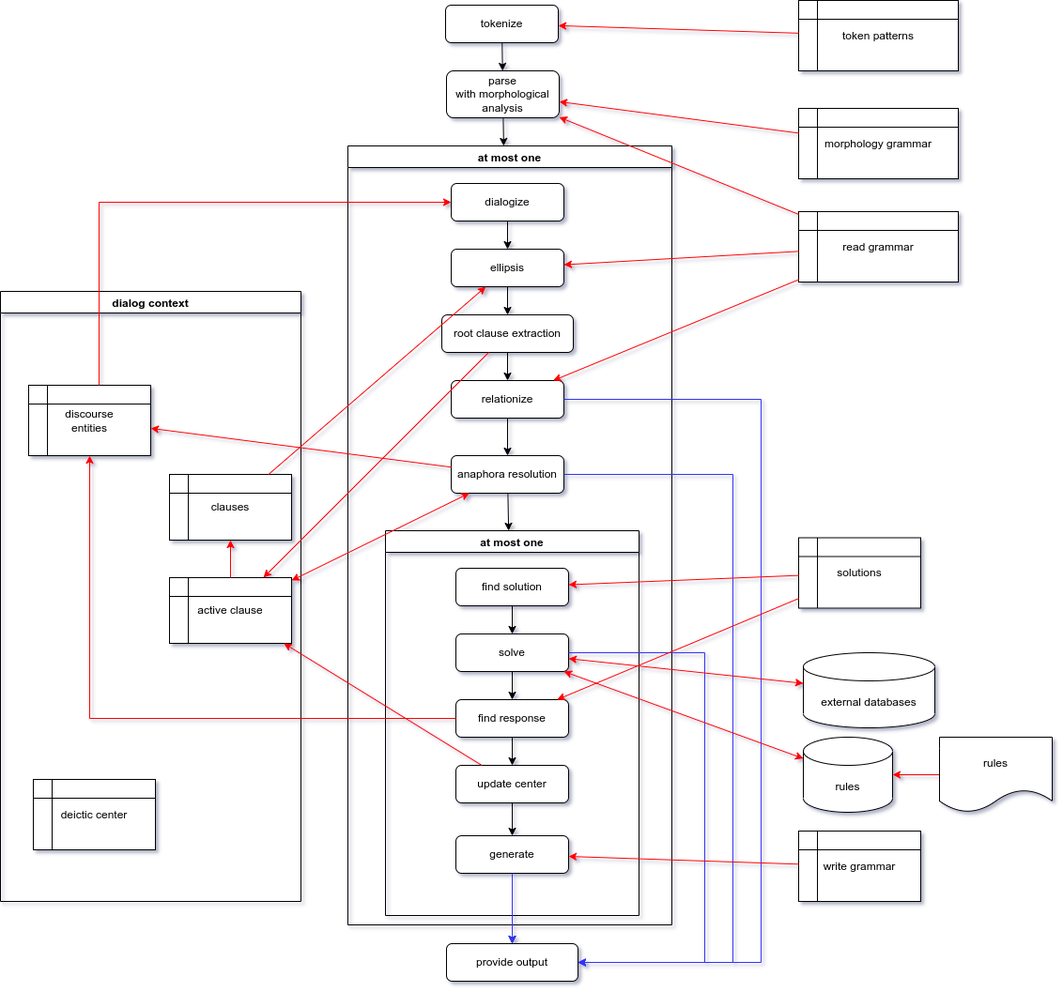
Before: doc/diagram/system1.drawio.png, a diagram exported from draw.io (garfix/nli-go). Source tidied: cells renumbered, new cells last; positions are measured from the earlier drawing's top-left corner, leaving out a move shared by most shapes.
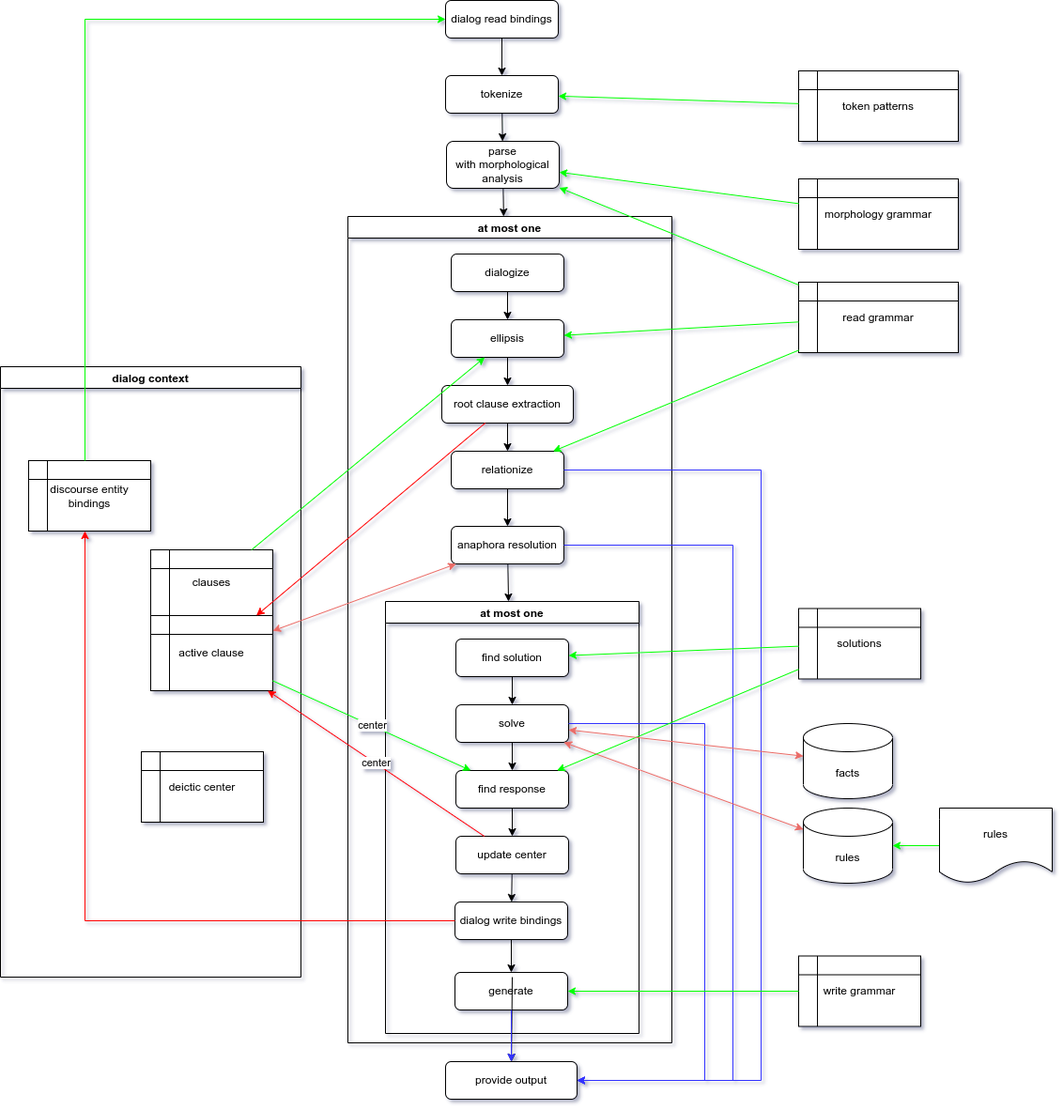
After the change.

What changed in the source:
```diff
@@ -12,7 +12,7 @@
       <mxGeometry relative="1" as="geometry" />
     </mxCell>
     <mxCell id="5" value="at most one" style="swimlane;" parent="1" vertex="1">
-      <mxGeometry x="370" y="155" width="345" height="830" as="geometry" />
+      <mxGeometry x="370" y="155" width="345" height="880" as="geometry" />
     </mxCell>
     <mxCell id="6" value="dialogize" style="rounded=1;whiteSpace=wrap;html=1;fontSize=12;glass=0;strokeWidth=1;shadow=0;" parent="5" vertex="1">
       <mxGeometry x="110" y="40" width="120" height="40" as="geometry" />
@@ -42,7 +42,7 @@
       <mxGeometry relative="1" as="geometry" />
     </mxCell>
     <mxCell id="15" value="at most one" style="swimlane;" parent="5" vertex="1">
-      <mxGeometry x="40" y="410" width="270" height="410" as="geometry" />
+      <mxGeometry x="40" y="410" width="270" height="460" as="geometry" />
     </mxCell>
     <mxCell id="16" value="find solution" style="rounded=1;whiteSpace=wrap;html=1;" parent="15" vertex="1">
       <mxGeometry x="75" y="40" width="120" height="40" as="geometry" />
@@ -57,12 +57,12 @@
       <mxGeometry x="75" y="180" width="120" height="40" as="geometry" />
     </mxCell>
     <mxCell id="20" value="generate" style="rounded=1;whiteSpace=wrap;html=1;" parent="15" vertex="1">
-      <mxGeometry x="75" y="325" width="120" height="40" as="geometry" />
+      <mxGeometry x="74" y="395" width="120" height="40" as="geometry" />
     </mxCell>
     <mxCell id="21" style="endArrow=classic;html=1;rounded=0;" parent="15" edge="1" source="17" target="19">
       <mxGeometry relative="1" as="geometry" />
     </mxCell>
-    <mxCell id="22" style="endArrow=classic;html=1;rounded=0;" parent="15" edge="1" source="23" target="20">
+    <mxCell id="22" style="endArrow=classic;html=1;rounded=0;" parent="15" edge="1" source="65" target="20">
       <mxGeometry relative="1" as="geometry" />
     </mxCell>
     <mxCell id="23" value="update center" style="rounded=1;whiteSpace=wrap;html=1;" parent="15" vertex="1">
@@ -71,6 +71,12 @@
     <mxCell id="24" style="endArrow=classic;html=1;rounded=0;entryX=0.5;entryY=0;entryDx=0;entryDy=0;" parent="15" edge="1" source="19" target="23">
       <mxGeometry relative="1" as="geometry" />
     </mxCell>
+    <mxCell id="65" value="dialog write bindings" style="rounded=1;whiteSpace=wrap;html=1;" parent="15" vertex="1">
+      <mxGeometry x="74" y="320" width="120" height="40" as="geometry" />
+    </mxCell>
+    <mxCell id="66" style="endArrow=classic;html=1;rounded=0;" parent="15" edge="1" source="23" target="65">
+      <mxGeometry relative="1" as="geometry" />
+    </mxCell>
     <mxCell id="25" style="endArrow=classic;html=1;rounded=0;" parent="5" edge="1" source="13" target="15">
       <mxGeometry relative="1" as="geometry" />
     </mxCell>
@@ -78,7 +84,7 @@
       <mxGeometry relative="1" as="geometry" />
     </mxCell>
     <mxCell id="27" value="provide output" style="rounded=1;whiteSpace=wrap;html=1;fontSize=12;glass=0;strokeWidth=1;shadow=0;" parent="1" vertex="1">
-      <mxGeometry x="475" y="1005" width="140" height="40" as="geometry" />
+      <mxGeometry x="474" y="1055" width="140" height="40" as="geometry" />
     </mxCell>
     <mxCell id="28" style="edgeStyle=elbowEdgeStyle;elbow=horizontal;endArrow=classic;html=1;rounded=0;strokeColor=#3333FF;" parent="1" edge="1" source="11" target="27">
       <mxGeometry relative="1" as="geometry">
@@ -112,102 +118,109 @@
     <mxCell id="33" value="rules" style="shape=cylinder3;whiteSpace=wrap;html=1;boundedLbl=1;backgroundOutline=1;size=15;" parent="1" vertex="1">
       <mxGeometry x="855" y="785" width="95" height="80" as="geometry" />
     </mxCell>
-    <mxCell id="34" style="endArrow=classic;startArrow=classic;html=1;rounded=0;strokeColor=#FF0000;" parent="1" edge="1" source="33" target="17">
+    <mxCell id="34" style="endArrow=classic;startArrow=classic;html=1;rounded=0;strokeColor=#EA6B66;" parent="1" edge="1" source="33" target="17">
       <mxGeometry relative="1" as="geometry" />
     </mxCell>
     <mxCell id="35" value="solutions" style="shape=internalStorage;whiteSpace=wrap;html=1;backgroundOutline=1;" parent="1" vertex="1">
       <mxGeometry x="850" y="572.5" width="130" height="75" as="geometry" />
     </mxCell>
-    <mxCell id="36" style="endArrow=classic;html=1;rounded=0;strokeColor=#FF0000;" parent="1" edge="1" source="35" target="16">
+    <mxCell id="36" style="endArrow=classic;html=1;rounded=0;strokeColor=#00FF00;" parent="1" edge="1" source="35" target="16">
       <mxGeometry relative="1" as="geometry" />
     </mxCell>
-    <mxCell id="37" style="endArrow=classic;html=1;rounded=0;strokeColor=#FF0000;" parent="1" edge="1" source="35" target="19">
+    <mxCell id="37" style="endArrow=classic;html=1;rounded=0;strokeColor=#00FF00;" parent="1" edge="1" source="35" target="19">
       <mxGeometry relative="1" as="geometry" />
     </mxCell>
     <mxCell id="38" value="dialog context" style="swimlane;" parent="1" vertex="1">
-      <mxGeometry y="310" width="320" height="650" as="geometry" />
+      <mxGeometry y="315" width="320" height="650" as="geometry" />
     </mxCell>
-    <mxCell id="39" value="discourse&lt;br&gt;entities" style="shape=internalStorage;whiteSpace=wrap;html=1;backgroundOutline=1;" parent="38" vertex="1">
+    <mxCell id="39" value="discourse entity bindings" style="shape=internalStorage;whiteSpace=wrap;html=1;backgroundOutline=1;" parent="38" vertex="1">
       <mxGeometry x="30" y="100" width="130" height="75" as="geometry" />
     </mxCell>
     <mxCell id="40" value="deictic center" style="shape=internalStorage;whiteSpace=wrap;html=1;backgroundOutline=1;" parent="38" vertex="1">
-      <mxGeometry x="35" y="520" width="130" height="75" as="geometry" />
+      <mxGeometry x="150" y="410" width="130" height="75" as="geometry" />
     </mxCell>
     <mxCell id="41" value="active clause" style="shape=internalStorage;whiteSpace=wrap;html=1;backgroundOutline=1;" parent="38" vertex="1">
-      <mxGeometry x="180" y="305" width="130" height="70" as="geometry" />
+      <mxGeometry x="160" y="265" width="130" height="80" as="geometry" />
     </mxCell>
     <mxCell id="42" value="clauses" style="shape=internalStorage;whiteSpace=wrap;html=1;backgroundOutline=1;" parent="38" vertex="1">
-      <mxGeometry x="180" y="195" width="130" height="70" as="geometry" />
+      <mxGeometry x="160" y="195" width="130" height="70" as="geometry" />
     </mxCell>
-    <mxCell id="43" style="edgeStyle=none;rounded=0;jettySize=auto;html=1;strokeColor=#FF0000;" parent="38" edge="1" source="41" target="42">
-      <mxGeometry relative="1" as="geometry" />
-    </mxCell>
     <mxCell id="44" style="endArrow=classic;html=1;rounded=0;strokeColor=#FF0000;" parent="1" edge="1" source="8" target="41">
       <mxGeometry relative="1" as="geometry" />
     </mxCell>
-    <mxCell id="45" style="endArrow=classic;startArrow=classic;html=1;rounded=0;strokeColor=#FF0000;" parent="1" edge="1" source="13" target="41">
+    <mxCell id="45" style="endArrow=classic;startArrow=classic;html=1;rounded=0;strokeColor=#EA6B66;" parent="1" edge="1" source="13" target="41">
       <mxGeometry relative="1" as="geometry" />
     </mxCell>
     <mxCell id="46" value="write grammar" style="shape=internalStorage;whiteSpace=wrap;html=1;backgroundOutline=1;" parent="1" vertex="1">
-      <mxGeometry x="850" y="885" width="130" height="75" as="geometry" />
+      <mxGeometry x="850" y="942.5" width="130" height="75" as="geometry" />
     </mxCell>
-    <mxCell id="47" style="endArrow=classic;html=1;rounded=0;strokeColor=#FF0000;" parent="1" edge="1" source="46" target="20">
+    <mxCell id="47" style="endArrow=classic;html=1;rounded=0;strokeColor=#00FF00;" parent="1" edge="1" source="46" target="20">
       <mxGeometry relative="1" as="geometry" />
     </mxCell>
     <mxCell id="48" value="read grammar" style="shape=internalStorage;whiteSpace=wrap;html=1;backgroundOutline=1;" parent="1" vertex="1">
       <mxGeometry x="850" y="225" width="170" height="75" as="geometry" />
     </mxCell>
-    <mxCell id="49" style="endArrow=classic;html=1;rounded=0;strokeColor=#FF0000;" parent="1" edge="1" source="48" target="3">
+    <mxCell id="49" style="endArrow=classic;html=1;rounded=0;strokeColor=#00FF00;" parent="1" edge="1" source="48" target="3">
       <mxGeometry relative="1" as="geometry" />
     </mxCell>
     <mxCell id="50" value="token patterns" style="shape=internalStorage;whiteSpace=wrap;html=1;backgroundOutline=1;" parent="1" vertex="1">
       <mxGeometry x="850" width="170" height="75" as="geometry" />
     </mxCell>
-    <mxCell id="51" style="endArrow=classic;html=1;rounded=0;strokeColor=#FF0000;" parent="1" edge="1" source="50" target="2">
+    <mxCell id="51" style="endArrow=classic;html=1;rounded=0;strokeColor=#00FF00;" parent="1" edge="1" source="50" target="2">
       <mxGeometry relative="1" as="geometry" />
     </mxCell>
-    <mxCell id="52" style="endArrow=classic;html=1;rounded=0;strokeColor=#FF0000;" parent="1" edge="1" source="48" target="7">
+    <mxCell id="52" style="endArrow=classic;html=1;rounded=0;strokeColor=#00FF00;" parent="1" edge="1" source="48" target="7">
       <mxGeometry relative="1" as="geometry" />
     </mxCell>
-    <mxCell id="53" style="endArrow=classic;html=1;rounded=0;strokeColor=#FF0000;" parent="1" edge="1" source="48" target="11">
+    <mxCell id="53" style="endArrow=classic;html=1;rounded=0;strokeColor=#00FF00;" parent="1" edge="1" source="48" target="11">
       <mxGeometry relative="1" as="geometry" />
     </mxCell>
-    <mxCell id="54" style="endArrow=classic;html=1;rounded=0;strokeColor=#FF0000;" parent="1" edge="1" source="13" target="39">
-      <mxGeometry relative="1" as="geometry" />
-    </mxCell>
-    <mxCell id="55" style="endArrow=classic;html=1;rounded=0;strokeColor=#FF0000;" parent="1" edge="1" source="23" target="41">
+    <mxCell id="55" value="center" style="endArrow=classic;html=1;rounded=0;strokeColor=#FF0000;" parent="1" edge="1" source="23" target="41">
       <mxGeometry relative="1" as="geometry" />
     </mxCell>
-    <mxCell id="56" style="endArrow=classic;html=1;rounded=0;strokeColor=#FF0000;" parent="1" edge="1" source="42" target="7">
+    <mxCell id="56" style="endArrow=classic;html=1;rounded=0;strokeColor=#00FF00;" parent="1" edge="1" source="42" target="7">
       <mxGeometry relative="1" as="geometry" />
     </mxCell>
-    <mxCell id="57" style="endArrow=classic;html=1;rounded=0;strokeColor=#FF0000;edgeStyle=orthogonalEdgeStyle;" parent="1" edge="1" source="39" target="6">
+    <mxCell id="57" style="endArrow=classic;html=1;rounded=0;strokeColor=#00FF00;edgeStyle=orthogonalEdgeStyle;" parent="1" edge="1" source="39" target="68">
       <mxGeometry relative="1" as="geometry">
         <Array as="points">
-          <mxPoint x="105" y="215" />
+          <mxPoint x="90" y="-55" />
         </Array>
       </mxGeometry>
     </mxCell>
-    <mxCell id="58" value="external databases" style="shape=cylinder3;whiteSpace=wrap;html=1;boundedLbl=1;backgroundOutline=1;size=15;" parent="1" vertex="1">
-      <mxGeometry x="855" y="695" width="140" height="80" as="geometry" />
+    <mxCell id="58" value="facts" style="shape=cylinder3;whiteSpace=wrap;html=1;boundedLbl=1;backgroundOutline=1;size=15;" parent="1" vertex="1">
+      <mxGeometry x="855" y="695" width="95" height="80" as="geometry" />
     </mxCell>
-    <mxCell id="59" style="endArrow=classic;html=1;rounded=0;strokeColor=#FF0000;" parent="1" edge="1" source="61" target="33">
+    <mxCell id="59" style="endArrow=classic;html=1;rounded=0;strokeColor=#00FF00;" parent="1" edge="1" source="61" target="33">
       <mxGeometry relative="1" as="geometry" />
     </mxCell>
-    <mxCell id="60" style="endArrow=classic;startArrow=classic;html=1;rounded=0;strokeColor=#FF0000;" parent="1" edge="1" source="58" target="17">
+    <mxCell id="60" style="endArrow=classic;startArrow=classic;html=1;rounded=0;strokeColor=#EA6B66;" parent="1" edge="1" source="58" target="17">
       <mxGeometry relative="1" as="geometry" />
     </mxCell>
     <mxCell id="61" value="rules" style="shape=document;whiteSpace=wrap;html=1;boundedLbl=1;" parent="1" vertex="1">
       <mxGeometry x="1000" y="785" width="120" height="80" as="geometry" />
     </mxCell>
-    <mxCell id="62" style="endArrow=classic;html=1;rounded=0;strokeColor=#FF0000;edgeStyle=orthogonalEdgeStyle;" parent="1" edge="1" source="19" target="39">
-      <mxGeometry relative="1" as="geometry" />
+    <mxCell id="62" style="endArrow=classic;html=1;rounded=0;strokeColor=#FF0000;edgeStyle=orthogonalEdgeStyle;" parent="1" edge="1" source="65" target="39">
+      <mxGeometry relative="1" as="geometry">
+        <Array as="points">
+          <mxPoint x="90" y="905" />
+        </Array>
+      </mxGeometry>
     </mxCell>
     <mxCell id="63" value="morphology grammar" style="shape=internalStorage;whiteSpace=wrap;html=1;backgroundOutline=1;" parent="1" vertex="1">
       <mxGeometry x="850" y="115" width="170" height="75" as="geometry" />
     </mxCell>
-    <mxCell id="64" style="endArrow=classic;html=1;rounded=0;strokeColor=#FF0000;" parent="1" edge="1" source="63" target="3">
+    <mxCell id="64" style="endArrow=classic;html=1;rounded=0;strokeColor=#00FF00;" parent="1" edge="1" source="63" target="3">
       <mxGeometry relative="1" as="geometry" />
     </mxCell>
+    <mxCell id="67" value="center" style="endArrow=classic;html=1;rounded=0;strokeColor=#00FF00;" parent="1" edge="1" source="41" target="19">
+      <mxGeometry relative="1" as="geometry" />
+    </mxCell>
+    <mxCell id="68" value="dialog read bindings" style="rounded=1;whiteSpace=wrap;html=1;fontSize=12;glass=0;strokeWidth=1;shadow=0;" parent="1" vertex="1">
+      <mxGeometry x="474" y="-75" width="120" height="40" as="geometry" />
+    </mxCell>
+    <mxCell id="69" style="endArrow=classic;html=1;rounded=0;" parent="1" edge="1" source="68" target="2">
+      <mxGeometry relative="1" as="geometry" />
+    </mxCell>
   </root>
 </mxGraphModel>
```
